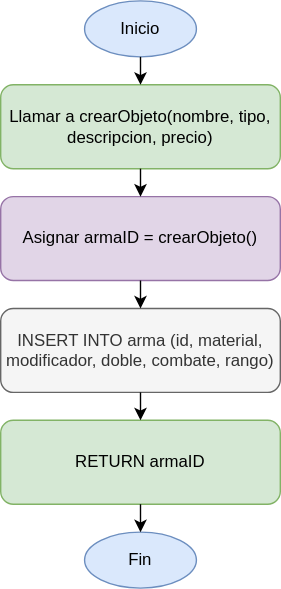
Earlier version of the draw.io export DB_Schema/diagrams/crearArma.svg (IvanFreireDacoba/LogeVerse). Source tidied: cells renumbered, new cells last; positions are measured from the earlier drawing's top-left corner, leaving out a move shared by most shapes.
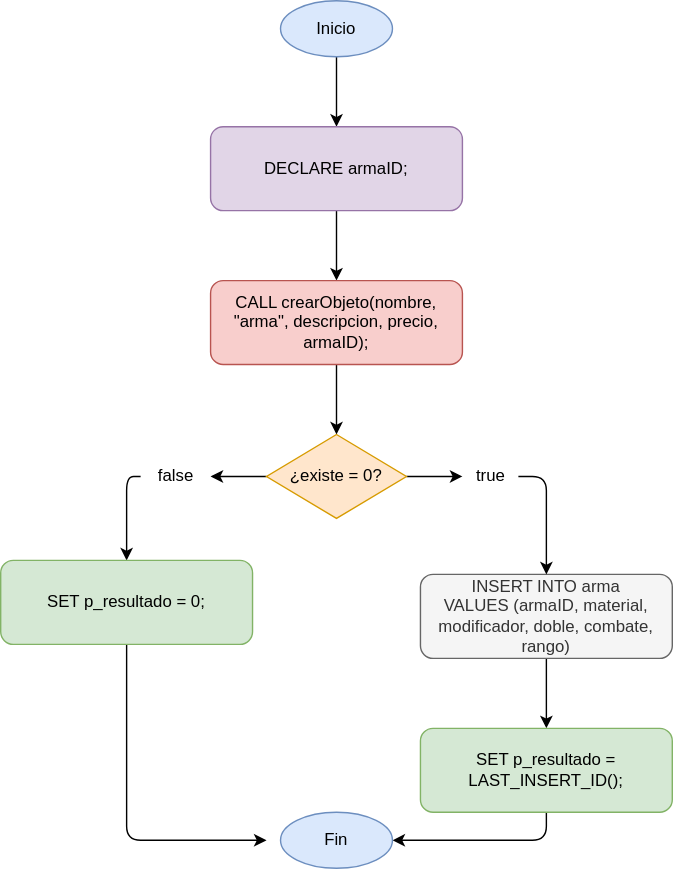
After the commit.

Diff of the diagram source:
```diff
@@ -2,38 +2,78 @@
   <root>
     <mxCell id="0" />
     <mxCell id="1" parent="0" />
+    <mxCell id="13" style="edgeStyle=orthogonalEdgeStyle;rounded=0;jettySize=auto;html=1;exitX=0.5;exitY=1;exitDx=0;exitDy=0;" parent="1" edge="1" source="2" target="15">
+      <mxGeometry relative="1" as="geometry" />
+    </mxCell>
-    <mxCell id="2" value="Inicio" style="ellipse;whiteSpace=wrap;html=1;fillColor=#dae8fc;strokeColor=#6c8ebf;" parent="1" vertex="1">
-      <mxGeometry x="60" width="80" height="40" as="geometry" />
+    <mxCell id="2" value="Inicio" style="ellipse;whiteSpace=wrap;fillColor=#dae8fc;strokeColor=#6c8ebf;" parent="1" vertex="1">
+      <mxGeometry x="-1420" y="-1170" width="80" height="40" as="geometry" />
     </mxCell>
-    <mxCell id="3" value="Llamar a crearObjeto(nombre, tipo, descripcion, precio)" style="rounded=1;whiteSpace=wrap;html=1;fillColor=#d5e8d4;strokeColor=#82b366;" parent="1" vertex="1">
-      <mxGeometry y="60" width="200" height="60" as="geometry" />
-    </mxCell>
-    <mxCell id="4" value="Asignar armaID = crearObjeto()" style="rounded=1;whiteSpace=wrap;html=1;fillColor=#e1d5e7;strokeColor=#9673a6;" parent="1" vertex="1">
-      <mxGeometry y="140" width="200" height="60" as="geometry" />
-    </mxCell>
-    <mxCell id="5" value="INSERT INTO arma (id, material, modificador, doble, combate, rango)" style="rounded=1;whiteSpace=wrap;html=1;fillColor=#f5f5f5;strokeColor=#666666;fontColor=#333333;" parent="1" vertex="1">
-      <mxGeometry y="220" width="200" height="60" as="geometry" />
-    </mxCell>
-    <mxCell id="6" value="RETURN armaID" style="rounded=1;whiteSpace=wrap;html=1;fillColor=#d5e8d4;strokeColor=#82b366;" parent="1" vertex="1">
-      <mxGeometry y="300" width="200" height="60" as="geometry" />
-    </mxCell>
+    <mxCell id="14" style="edgeStyle=orthogonalEdgeStyle;rounded=0;jettySize=auto;html=1;exitX=0.5;exitY=1;exitDx=0;exitDy=0;" parent="1" edge="1" source="15" target="17">
+      <mxGeometry relative="1" as="geometry" />
+    </mxCell>
+    <mxCell id="15" value="DECLARE armaID;" style="rounded=1;whiteSpace=wrap;fillColor=#e1d5e7;strokeColor=#9673a6;" parent="1" vertex="1">
+      <mxGeometry x="-1470" y="-1080" width="180" height="60" as="geometry" />
+    </mxCell>
+    <mxCell id="16" style="edgeStyle=orthogonalEdgeStyle;rounded=0;jettySize=auto;html=1;exitX=0.5;exitY=1;exitDx=0;exitDy=0;" parent="1" edge="1" source="17" target="21">
+      <mxGeometry relative="1" as="geometry" />
+    </mxCell>
+    <mxCell id="17" value="CALL crearObjeto(nombre, &quot;arma&quot;, descripcion, precio, armaID);" style="rounded=1;whiteSpace=wrap;fillColor=#f8cecc;strokeColor=#b85450;" parent="1" vertex="1">
+      <mxGeometry x="-1470" y="-970" width="180" height="60" as="geometry" />
+    </mxCell>
+    <mxCell id="18" style="edgeStyle=orthogonalEdgeStyle;rounded=1;jettySize=auto;html=1;exitX=0;exitY=0.5;exitDx=0;exitDy=0;curved=0;" parent="1" edge="1" source="30" target="23">
+      <mxGeometry relative="1" as="geometry">
+        <Array as="points">
+          <mxPoint x="-1530" y="-830" />
+        </Array>
+      </mxGeometry>
+    </mxCell>
+    <mxCell id="19" style="edgeStyle=orthogonalEdgeStyle;rounded=0;jettySize=auto;html=1;exitX=1;exitY=0.5;exitDx=0;exitDy=0;" parent="1" edge="1" source="21" target="29">
+      <mxGeometry relative="1" as="geometry" />
+    </mxCell>
+    <mxCell id="20" style="edgeStyle=orthogonalEdgeStyle;rounded=0;jettySize=auto;html=1;" parent="1" edge="1" source="21" target="30">
+      <mxGeometry relative="1" as="geometry" />
+    </mxCell>
+    <mxCell id="21" value="¿existe = 0?" style="rhombus;whiteSpace=wrap;fillColor=#ffe6cc;strokeColor=#d79b00;" parent="1" vertex="1">
+      <mxGeometry x="-1430" y="-860" width="100" height="60" as="geometry" />
+    </mxCell>
+    <mxCell id="22" style="edgeStyle=orthogonalEdgeStyle;rounded=1;jettySize=auto;html=1;exitX=0.5;exitY=1;exitDx=0;exitDy=0;entryX=0;entryY=0.5;entryDx=0;entryDy=0;curved=0;" parent="1" edge="1" source="23">
+      <mxGeometry relative="1" as="geometry">
+        <mxPoint x="-1430" y="-570" as="targetPoint" />
+        <Array as="points">
+          <mxPoint x="-1530" y="-570" />
+        </Array>
+      </mxGeometry>
+    </mxCell>
+    <mxCell id="23" value="SET p_resultado = 0;" style="rounded=1;whiteSpace=wrap;fillColor=#d5e8d4;strokeColor=#82b366;" parent="1" vertex="1">
+      <mxGeometry x="-1620" y="-770" width="180" height="60" as="geometry" />
+    </mxCell>
+    <mxCell id="24" style="edgeStyle=orthogonalEdgeStyle;rounded=0;jettySize=auto;html=1;" parent="1" edge="1" source="25" target="27">
+      <mxGeometry relative="1" as="geometry" />
+    </mxCell>
+    <mxCell id="25" value="INSERT INTO arma VALUES (armaID, material, modificador, doble, combate, rango)" style="rounded=1;whiteSpace=wrap;fillColor=#f5f5f5;fontColor=#333333;strokeColor=#666666;" parent="1" vertex="1">
+      <mxGeometry x="-1320" y="-760" width="180" height="60" as="geometry" />
+    </mxCell>
+    <mxCell id="26" style="rounded=1;jettySize=auto;html=1;exitX=0.5;exitY=1;exitDx=0;exitDy=0;entryX=1;entryY=0.5;entryDx=0;entryDy=0;edgeStyle=orthogonalEdgeStyle;curved=0;" parent="1" edge="1" source="27" target="7">
+      <mxGeometry relative="1" as="geometry" />
+    </mxCell>
+    <mxCell id="27" value="SET p_resultado = LAST_INSERT_ID();" style="rounded=1;whiteSpace=wrap;fillColor=#d5e8d4;strokeColor=#82b366;" parent="1" vertex="1">
+      <mxGeometry x="-1320" y="-650" width="180" height="60" as="geometry" />
+    </mxCell>
-    <mxCell id="7" value="Fin" style="ellipse;whiteSpace=wrap;html=1;fillColor=#dae8fc;strokeColor=#6c8ebf;" parent="1" vertex="1">
-      <mxGeometry x="60" y="380" width="80" height="40" as="geometry" />
+    <mxCell id="7" value="Fin" style="ellipse;whiteSpace=wrap;fillColor=#dae8fc;strokeColor=#6c8ebf;" parent="1" vertex="1">
+      <mxGeometry x="-1420" y="-590" width="80" height="40" as="geometry" />
     </mxCell>
-    <mxCell id="8" parent="1" edge="1" source="2" target="3">
-      <mxGeometry relative="1" as="geometry" />
-    </mxCell>
-    <mxCell id="9" parent="1" edge="1" source="3" target="4">
-      <mxGeometry relative="1" as="geometry" />
-    </mxCell>
-    <mxCell id="10" parent="1" edge="1" source="4" target="5">
-      <mxGeometry relative="1" as="geometry" />
-    </mxCell>
-    <mxCell id="11" parent="1" edge="1" source="5" target="6">
-      <mxGeometry relative="1" as="geometry" />
-    </mxCell>
-    <mxCell id="12" parent="1" edge="1" source="6" target="7">
-      <mxGeometry relative="1" as="geometry" />
-    </mxCell>
+    <mxCell id="28" style="edgeStyle=orthogonalEdgeStyle;" parent="1" edge="1" source="29" target="25">
+      <mxGeometry relative="1" as="geometry">
+        <Array as="points">
+          <mxPoint x="-1230" y="-830" />
+        </Array>
+      </mxGeometry>
+    </mxCell>
+    <mxCell id="29" value="true" style="text;html=1;align=center;verticalAlign=middle;points=[];strokeColor=none;fillColor=none;" parent="1" vertex="1">
+      <mxGeometry x="-1290" y="-845" width="40" height="30" as="geometry" />
+    </mxCell>
+    <mxCell id="30" value="false" style="text;html=1;align=center;verticalAlign=middle;points=[];strokeColor=none;fillColor=none;" parent="1" vertex="1">
+      <mxGeometry x="-1520" y="-845" width="50" height="30" as="geometry" />
+    </mxCell>
   </root>
 </mxGraphModel>
```
